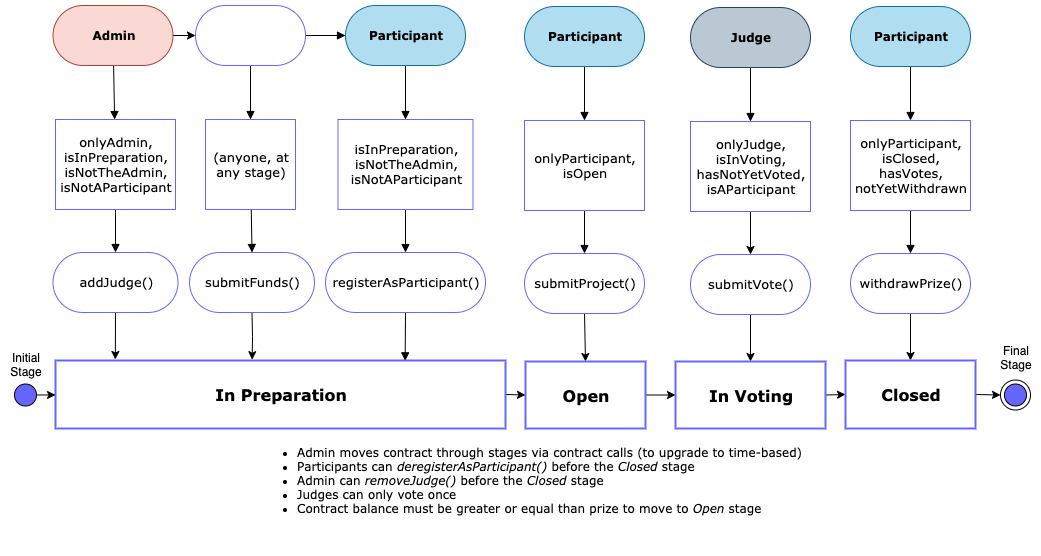
Earlier version of the draw.io export UML/UML_state_diagram_simplified.png (alanarvelo/DHackathon). Source tidied: cells renumbered, new cells last; positions are measured from the earlier drawing's top-left corner, leaving out a move shared by most shapes.
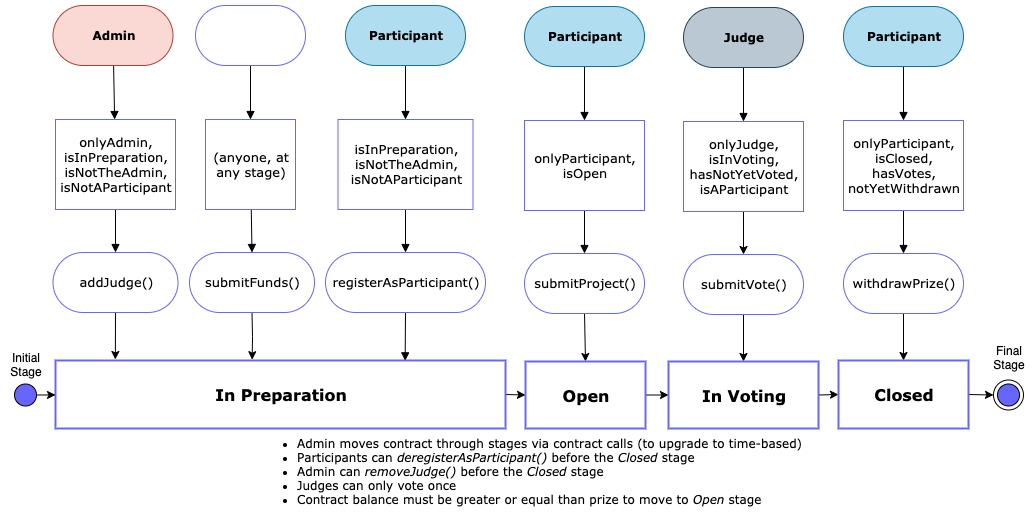
Above is the later version.

Change to the diagram source:
```diff
@@ -5,9 +5,6 @@
     <mxCell id="2" value="Initial Stage" style="text;html=1;strokeColor=none;fillColor=none;align=center;verticalAlign=middle;whiteSpace=wrap;rounded=0;" parent="1" vertex="1">
       <mxGeometry y="336" width="40" height="45" as="geometry" />
     </mxCell>
-    <mxCell id="3" style="edgeStyle=orthogonalEdgeStyle;rounded=0;jettySize=auto;html=1;endArrow=block;endFill=1;endSize=6;strokeColor=#000000;strokeWidth=1;" parent="1" edge="1" source="5" target="11">
-      <mxGeometry relative="1" as="geometry" />
-    </mxCell>
     <mxCell id="4" style="rounded=0;jettySize=auto;html=1;endArrow=block;endFill=1;endSize=6;strokeColor=#000000;strokeWidth=1;exitX=0.5;exitY=1;exitDx=0;exitDy=0;entryX=0.5;entryY=0;entryDx=0;entryDy=0;" parent="1" edge="1" source="5" target="7">
       <mxGeometry relative="1" as="geometry" />
     </mxCell>
@@ -88,14 +85,11 @@
       <mxGeometry x="519" y="248" width="120" height="60" as="geometry" />
     </mxCell>
     <mxCell id="27" value="Final Stage" style="text;html=1;strokeColor=none;fillColor=none;align=center;verticalAlign=middle;whiteSpace=wrap;rounded=0;" parent="1" vertex="1">
-      <mxGeometry x="990" y="329.5" width="40" height="45" as="geometry" />
+      <mxGeometry x="983" y="329.5" width="40" height="45" as="geometry" />
     </mxCell>
     <mxCell id="28" style="rounded=0;jettySize=auto;html=1;endArrow=block;endFill=1;endSize=6;strokeColor=#000000;strokeWidth=1;" parent="1" edge="1" source="30" target="32">
       <mxGeometry relative="1" as="geometry" />
     </mxCell>
-    <mxCell id="29" style="edgeStyle=none;rounded=0;jettySize=auto;html=1;exitX=1;exitY=0.5;exitDx=0;exitDy=0;entryX=0;entryY=0.5;entryDx=0;entryDy=0;" parent="1" edge="1" source="30" target="5">
-      <mxGeometry relative="1" as="geometry" />
-    </mxCell>
     <mxCell id="30" value="&lt;b&gt;Admin&lt;/b&gt;" style="rounded=1;whiteSpace=wrap;html=1;arcSize=50;fillColor=#fad9d5;strokeColor=#ae4132;shadow=0;comic=0;labelBackgroundColor=none;fontFamily=Verdana;fontSize=12;align=center;strokeWidth=1;" parent="1" vertex="1">
       <mxGeometry x="47.5" width="120" height="60" as="geometry" />
     </mxCell>
@@ -115,19 +109,19 @@
       <mxGeometry relative="1" as="geometry" />
     </mxCell>
     <mxCell id="36" value="&lt;b&gt;Judge&lt;/b&gt;" style="rounded=1;whiteSpace=wrap;html=1;arcSize=50;fillColor=#bac8d3;strokeColor=#23445d;shadow=0;comic=0;labelBackgroundColor=none;fontFamily=Verdana;fontSize=12;align=center;strokeWidth=1;" parent="1" vertex="1">
-      <mxGeometry x="685" y="2" width="120" height="60" as="geometry" />
+      <mxGeometry x="678" y="2" width="120" height="60" as="geometry" />
     </mxCell>
     <mxCell id="37" style="edgeStyle=orthogonalEdgeStyle;rounded=0;jettySize=auto;html=1;exitX=0.5;exitY=1;exitDx=0;exitDy=0;entryX=0.5;entryY=0;entryDx=0;entryDy=0;sourcePerimeterSpacing=-4;strokeWidth=1;" parent="1" edge="1" source="38" target="40">
       <mxGeometry relative="1" as="geometry" />
     </mxCell>
     <mxCell id="38" value="&lt;span style=&quot;font-size: 13px&quot;&gt;onlyJudge,&lt;br&gt;isInVoting,&lt;br&gt;hasNotYetVoted,&lt;br&gt;isAParticipant&lt;br&gt;&lt;/span&gt;" style="rounded=1;whiteSpace=wrap;html=1;arcSize=0;fillColor=none;strokeColor=#6666FF;shadow=0;comic=0;labelBackgroundColor=none;fontFamily=Verdana;fontSize=13;fontColor=#000000;align=center;strokeWidth=1;fontStyle=0;" parent="1" vertex="1">
-      <mxGeometry x="685" y="116" width="120" height="90" as="geometry" />
+      <mxGeometry x="678" y="116" width="120" height="90" as="geometry" />
     </mxCell>
     <mxCell id="39" style="edgeStyle=none;rounded=0;jettySize=auto;html=1;exitX=0.5;exitY=1;exitDx=0;exitDy=0;entryX=0.5;entryY=0;entryDx=0;entryDy=0;sourcePerimeterSpacing=-4;strokeWidth=1;" parent="1" edge="1" source="40" target="58">
       <mxGeometry relative="1" as="geometry" />
     </mxCell>
     <mxCell id="40" value="&lt;span style=&quot;font-size: 13px&quot;&gt;submitVote()&lt;br style=&quot;font-size: 13px&quot;&gt;&lt;/span&gt;" style="rounded=1;whiteSpace=wrap;html=1;arcSize=50;fillColor=none;strokeColor=#6666FF;shadow=0;comic=0;labelBackgroundColor=none;fontFamily=Verdana;fontSize=13;fontColor=#000000;align=center;strokeWidth=1;fontStyle=0;" parent="1" vertex="1">
-      <mxGeometry x="685" y="249" width="120" height="60" as="geometry" />
+      <mxGeometry x="678" y="249" width="120" height="60" as="geometry" />
     </mxCell>
     <mxCell id="41" style="edgeStyle=orthogonalEdgeStyle;rounded=0;jettySize=auto;html=1;endArrow=block;endFill=1;endSize=6;strokeColor=#000000;strokeWidth=1;" parent="1" edge="1" target="x">
       <mxGeometry relative="1" as="geometry">
@@ -143,22 +137,22 @@
       <mxGeometry relative="1" as="geometry" />
     </mxCell>
     <mxCell id="44" value="&lt;b&gt;Participant&lt;/b&gt;" style="rounded=1;whiteSpace=wrap;html=1;arcSize=50;fillColor=#b1ddf0;strokeColor=#10739e;shadow=0;comic=0;labelBackgroundColor=none;fontFamily=Verdana;fontSize=12;align=center;strokeWidth=1;" parent="1" vertex="1">
-      <mxGeometry x="845" y="1" width="120" height="60" as="geometry" />
+      <mxGeometry x="838" y="1" width="120" height="60" as="geometry" />
     </mxCell>
     <mxCell id="45" style="edgeStyle=orthogonalEdgeStyle;rounded=0;jettySize=auto;html=1;endArrow=block;endFill=1;endSize=6;strokeColor=#000000;strokeWidth=1;" parent="1" edge="1" source="46" target="48">
       <mxGeometry relative="1" as="geometry" />
     </mxCell>
     <mxCell id="46" value="&lt;span style=&quot;font-size: 13px&quot;&gt;onlyParticipant,&lt;br&gt;isClosed,&lt;br&gt;hasVotes,&lt;br&gt;notYetWithdrawn&lt;br&gt;&lt;/span&gt;" style="rounded=1;whiteSpace=wrap;html=1;arcSize=0;fillColor=none;strokeColor=#6666FF;shadow=0;comic=0;labelBackgroundColor=none;fontFamily=Verdana;fontSize=13;fontColor=#000000;align=center;strokeWidth=1;fontStyle=0;" parent="1" vertex="1">
-      <mxGeometry x="845" y="115" width="120" height="90" as="geometry" />
+      <mxGeometry x="838" y="115" width="120" height="90" as="geometry" />
     </mxCell>
     <mxCell id="47" style="edgeStyle=none;rounded=0;jettySize=auto;html=1;exitX=0.5;exitY=1;exitDx=0;exitDy=0;entryX=0.5;entryY=0;entryDx=0;entryDy=0;sourcePerimeterSpacing=-4;strokeWidth=1;" parent="1" edge="1" source="48" target="60">
       <mxGeometry relative="1" as="geometry" />
     </mxCell>
     <mxCell id="48" value="&lt;span style=&quot;font-size: 13px&quot;&gt;withdrawPrize()&lt;br style=&quot;font-size: 13px&quot;&gt;&lt;/span&gt;" style="rounded=1;whiteSpace=wrap;html=1;arcSize=50;fillColor=none;strokeColor=#6666FF;shadow=0;comic=0;labelBackgroundColor=none;fontFamily=Verdana;fontSize=13;fontColor=#000000;align=center;strokeWidth=1;fontStyle=0;" parent="1" vertex="1">
-      <mxGeometry x="845" y="248" width="120" height="60" as="geometry" />
+      <mxGeometry x="838" y="248" width="120" height="60" as="geometry" />
     </mxCell>
     <mxCell id="49" value="&lt;ul&gt;&lt;li&gt;&lt;font face=&quot;Verdana&quot; style=&quot;font-size: 12px&quot;&gt;Admin moves contract through stages via contract calls (to upgrade to time-based)&lt;/font&gt;&lt;/li&gt;&lt;li&gt;&lt;font face=&quot;Verdana&quot; style=&quot;font-size: 12px&quot;&gt;Participants can &lt;i&gt;deregisterAsParticipant()&lt;/i&gt; before the &lt;i&gt;Closed&lt;/i&gt; stage&lt;/font&gt;&lt;/li&gt;&lt;li&gt;&lt;font face=&quot;Verdana&quot; style=&quot;font-size: 12px&quot;&gt;Admin can &lt;i&gt;removeJudge()&lt;/i&gt; before the &lt;i&gt;Closed&lt;/i&gt; stage&lt;/font&gt;&lt;/li&gt;&lt;li&gt;&lt;span&gt;&lt;font face=&quot;Verdana&quot; style=&quot;font-size: 12px&quot;&gt;Judges can only vote once&lt;/font&gt;&lt;/span&gt;&lt;/li&gt;&lt;li&gt;&lt;font face=&quot;Verdana&quot; style=&quot;font-size: 12px&quot;&gt;Contract balance must be greater or equal than prize to move to &lt;i&gt;Open&lt;/i&gt; stage&lt;/font&gt;&lt;/li&gt;&lt;/ul&gt;" style="text;html=1;strokeColor=none;fillColor=none;align=left;verticalAlign=middle;whiteSpace=wrap;rounded=0;" parent="1" vertex="1">
-      <mxGeometry x="250" y="404.5" width="570" height="140" as="geometry" />
+      <mxGeometry x="250" y="424.5" width="570" height="82.5" as="geometry" />
     </mxCell>
     <mxCell id="50" style="edgeStyle=none;rounded=0;jettySize=auto;html=1;exitX=1;exitY=0.5;exitDx=0;exitDy=0;entryX=0;entryY=0.5;entryDx=0;entryDy=0;sourcePerimeterSpacing=-4;strokeWidth=1;" parent="1" edge="1" source="51" target="56">
       <mxGeometry relative="1" as="geometry" />
@@ -167,7 +161,7 @@
       <mxGeometry x="50" y="355" width="450" height="68" as="geometry" />
     </mxCell>
     <mxCell id="52" style="ellipse;html=1;shape=endState;fillColor=#6666FF;strokeColor=#000000;rounded=1;shadow=0;comic=0;labelBackgroundColor=none;fontFamily=Verdana;fontSize=12;fontColor=#000000;align=center;" parent="1" vertex="1">
-      <mxGeometry x="995" y="374.5" width="30" height="30" as="geometry" />
+      <mxGeometry x="988" y="374.5" width="30" height="30" as="geometry" />
     </mxCell>
     <mxCell id="53" style="edgeStyle=none;rounded=0;jettySize=auto;html=1;sourcePerimeterSpacing=-4;strokeWidth=1;" parent="1" edge="1" source="54" target="51">
       <mxGeometry relative="1" as="geometry" />
@@ -185,13 +179,13 @@
       <mxGeometry relative="1" as="geometry" />
     </mxCell>
     <mxCell id="58" value="&lt;font style=&quot;font-size: 16px&quot;&gt;In Voting&lt;/font&gt;" style="rounded=1;whiteSpace=wrap;html=1;arcSize=0;fillColor=none;strokeColor=#6666FF;shadow=0;comic=0;labelBackgroundColor=none;fontFamily=Verdana;fontSize=12;align=center;strokeWidth=2;fontStyle=1;" parent="1" vertex="1">
-      <mxGeometry x="670" y="356" width="150" height="67" as="geometry" />
+      <mxGeometry x="663" y="356" width="150" height="67" as="geometry" />
     </mxCell>
     <mxCell id="59" style="edgeStyle=none;rounded=0;jettySize=auto;html=1;exitX=1;exitY=0.5;exitDx=0;exitDy=0;entryX=0;entryY=0.5;entryDx=0;entryDy=0;sourcePerimeterSpacing=-4;strokeWidth=1;" parent="1" edge="1" source="60" target="52">
       <mxGeometry relative="1" as="geometry" />
     </mxCell>
     <mxCell id="60" value="&lt;font style=&quot;font-size: 16px&quot;&gt;Closed&lt;/font&gt;" style="rounded=1;whiteSpace=wrap;html=1;arcSize=0;fillColor=none;strokeColor=#6666FF;shadow=0;comic=0;labelBackgroundColor=none;fontFamily=Verdana;fontSize=12;align=center;strokeWidth=2;fontStyle=1;" parent="1" vertex="1">
-      <mxGeometry x="840" y="355" width="130" height="68" as="geometry" />
+      <mxGeometry x="833" y="355" width="130" height="68" as="geometry" />
     </mxCell>
   </root>
 </mxGraphModel>
```
